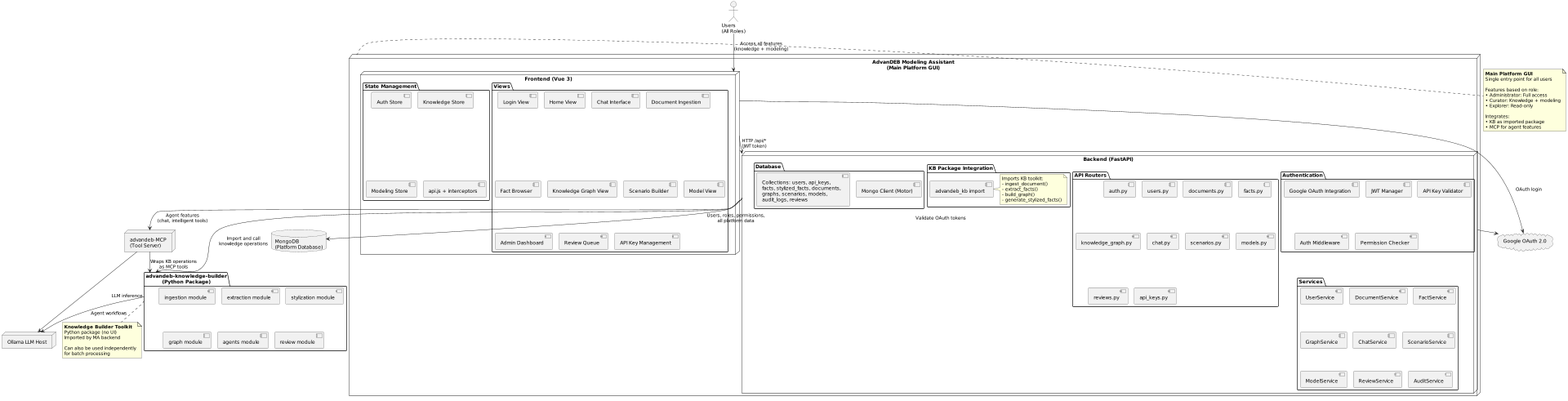
AdvanDEB/advandeb keeps this PlantUML diagram as docs/diagrams/modeling-assistant-container.png. Above is the earlier version.
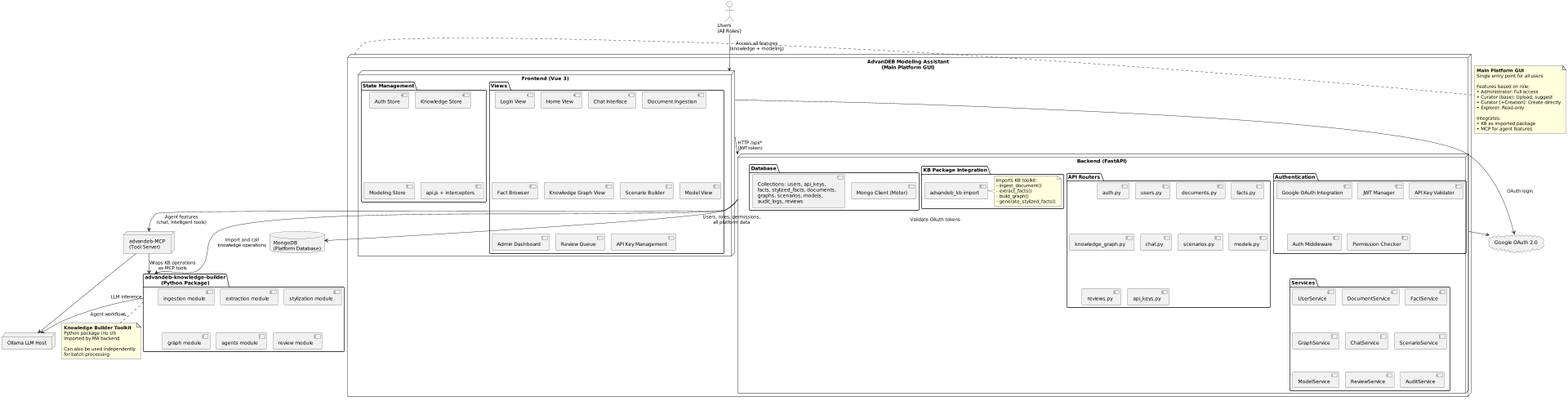
Above is the later version.

Commit message:
Update role diagrams to reflect revised curator permissions

Diff of the diagram source:
```diff
@@ -116,7 +116,8 @@
 
   Features based on role:
   • Administrator: Full access
-  • Curator: Knowledge + modeling
+  • Curator (base): Upload, suggest
+  • Curator (+Creation): Create directly
   • Explorer: Read-only
 
   Integrates:
```
